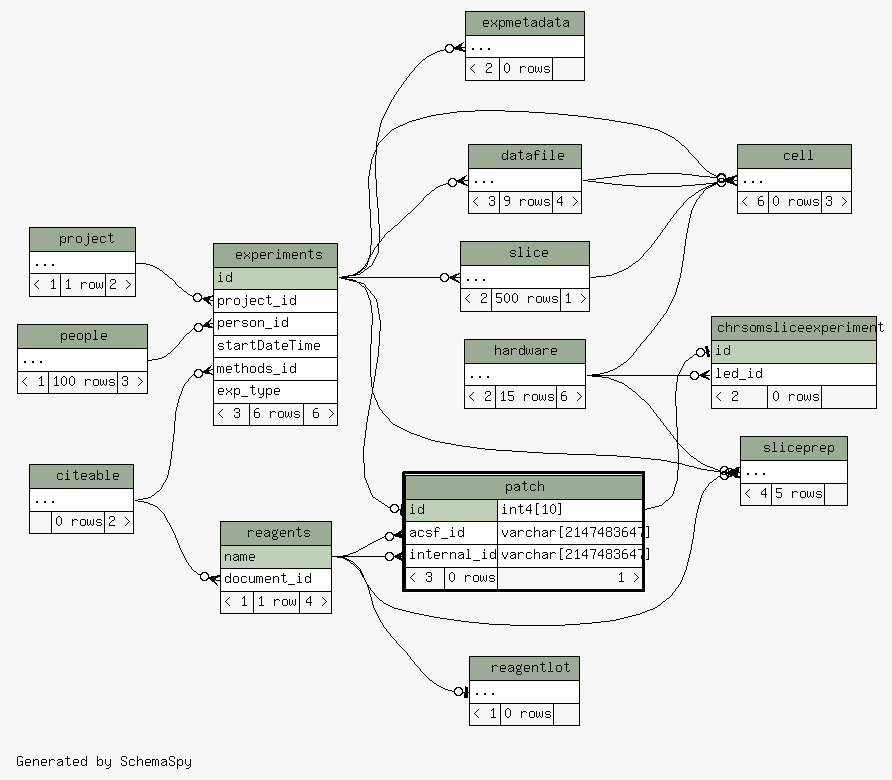
Above: database/ss/diagrams/patch.2degrees.png in tgbugs/mlab (Graphviz), before the change. Its source is kept beside it as database/ss/diagrams/patch.2degrees.dot. Source of this version:
```dot
digraph "twoDegreesRelationshipsDiagram" {
  graph [
    rankdir="RL"
    bgcolor="#f7f7f7"
    label="\nGenerated by SchemaSpy"
    labeljust="l"
    nodesep="0.18"
    ranksep="0.46"
    fontname="Helvetica"
    fontsize="11"
  ];
  node [
    fontname="Helvetica"
    fontsize="11"
    shape="plaintext"
  ];
  edge [
    arrowsize="0.8"
  ];
  "cell":"elipses":w -> "experiments":"id":e [arrowhead=none dir=back arrowtail=crowodot];
  "cell":"elipses":w -> "datafile":"elipses":e [arrowhead=none dir=back arrowtail=crowodot];
  "cell":"elipses":w -> "hardware":"elipses":e [arrowhead=none dir=back arrowtail=crowodot];
  "cell":"elipses":w -> "datafile":"elipses":e [arrowhead=none dir=back arrowtail=crowodot];
  "cell":"elipses":w -> "slice":"elipses":e [arrowhead=none dir=back arrowtail=crowodot];
  "chrsomsliceexperiment":"id":w -> "patch":"id.type":e [arrowhead=none dir=back arrowtail=teeodot];
  "chrsomsliceexperiment":"led_id":w -> "hardware":"elipses":e [arrowhead=none dir=back arrowtail=crowodot];
  "datafile":"elipses":w -> "experiments":"id":e [arrowhead=none dir=back arrowtail=crowodot];
  "experiments":"methods_id":w -> "citeable":"elipses":e [arrowhead=none dir=back arrowtail=crowodot];
  "experiments":"person_id":w -> "people":"elipses":e [arrowhead=none dir=back arrowtail=crowodot];
  "experiments":"project_id":w -> "project":"elipses":e [arrowhead=none dir=back arrowtail=crowodot];
  "expmetadata":"elipses":w -> "experiments":"id":e [arrowhead=none dir=back arrowtail=crowodot];
  "patch":"acsf_id":w -> "reagents":"name":e [arrowhead=none dir=back arrowtail=crowodot];
  "patch":"id":w -> "experiments":"id":e [arrowhead=none dir=back arrowtail=teeodot];
  "patch":"internal_id":w -> "reagents":"name":e [arrowhead=none dir=back arrowtail=crowodot];
  "reagentlot":"elipses":w -> "reagents":"name":e [arrowhead=none dir=back arrowtail=teeodot];
  "reagents":"document_id":w -> "citeable":"elipses":e [arrowhead=none dir=back arrowtail=crowodot];
  "slice":"elipses":w -> "experiments":"id":e [arrowhead=none dir=back arrowtail=crowodot];
  "sliceprep":"elipses":w -> "hardware":"elipses":e [arrowhead=none dir=back arrowtail=crowodot];
  "sliceprep":"elipses":w -> "experiments":"id":e [arrowhead=none dir=back arrowtail=teeodot];
  "sliceprep":"elipses":w -> "reagents":"name":e [arrowhead=none dir=back arrowtail=crowodot];
  "cell" [
    label=<
    <TABLE BORDER="0" CELLBORDER="1" CELLSPACING="0" BGCOLOR="#ffffff">
      <TR><TD COLSPAN="3" BGCOLOR="#9bab96" ALIGN="CENTER">cell</TD></TR>
      <TR><TD PORT="elipses" COLSPAN="3" ALIGN="LEFT">...</TD></TR>
      <TR><TD ALIGN="LEFT" BGCOLOR="#f7f7f7">&lt; 6</TD><TD ALIGN="RIGHT" BGCOLOR="#f7f7f7">0 rows</TD><TD ALIGN="RIGHT" BGCOLOR="#f7f7f7">3 &gt;</TD></TR>
    </TABLE>>
    URL="cell.html"
    tooltip="cell"
  ];
  "chrsomsliceexperiment" [
    label=<
    <TABLE BORDER="0" CELLBORDER="1" CELLSPACING="0" BGCOLOR="#ffffff">
      <TR><TD COLSPAN="3" BGCOLOR="#9bab96" ALIGN="CENTER">chrsomsliceexperiment</TD></TR>
      <TR><TD PORT="id" COLSPAN="3" BGCOLOR="#bed1b8" ALIGN="LEFT">id</TD></TR>
      <TR><TD PORT="led_id" COLSPAN="3" ALIGN="LEFT">led_id</TD></TR>
      <TR><TD ALIGN="LEFT" BGCOLOR="#f7f7f7">&lt; 2</TD><TD ALIGN="RIGHT" BGCOLOR="#f7f7f7">0 rows</TD><TD ALIGN="RIGHT" BGCOLOR="#f7f7f7">  </TD></TR>
    </TABLE>>
    URL="chrsomsliceexperiment.html"
    tooltip="chrsomsliceexperiment"
  ];
  "citeable" [
    label=<
    <TABLE BORDER="0" CELLBORDER="1" CELLSPACING="0" BGCOLOR="#ffffff">
      <TR><TD COLSPAN="3" BGCOLOR="#9bab96" ALIGN="CENTER">citeable</TD></TR>
      <TR><TD PORT="elipses" COLSPAN="3" ALIGN="LEFT">...</TD></TR>
      <TR><TD ALIGN="LEFT" BGCOLOR="#f7f7f7">  </TD><TD ALIGN="RIGHT" BGCOLOR="#f7f7f7">0 rows</TD><TD ALIGN="RIGHT" BGCOLOR="#f7f7f7">2 &gt;</TD></TR>
    </TABLE>>
    URL="citeable.html"
    tooltip="citeable"
  ];
  "datafile" [
    label=<
    <TABLE BORDER="0" CELLBORDER="1" CELLSPACING="0" BGCOLOR="#ffffff">
      <TR><TD COLSPAN="3" BGCOLOR="#9bab96" ALIGN="CENTER">datafile</TD></TR>
      <TR><TD PORT="elipses" COLSPAN="3" ALIGN="LEFT">...</TD></TR>
      <TR><TD ALIGN="LEFT" BGCOLOR="#f7f7f7">&lt; 3</TD><TD ALIGN="RIGHT" BGCOLOR="#f7f7f7">9 rows</TD><TD ALIGN="RIGHT" BGCOLOR="#f7f7f7">4 &gt;</TD></TR>
    </TABLE>>
    URL="datafile.html"
    tooltip="datafile"
  ];
  "experiments" [
    label=<
    <TABLE BORDER="0" CELLBORDER="1" CELLSPACING="0" BGCOLOR="#ffffff">
      <TR><TD COLSPAN="3" BGCOLOR="#9bab96" ALIGN="CENTER">experiments</TD></TR>
      <TR><TD PORT="id" COLSPAN="3" BGCOLOR="#bed1b8" ALIGN="LEFT">id</TD></TR>
      <TR><TD PORT="project_id" COLSPAN="3" ALIGN="LEFT">project_id</TD></TR>
      <TR><TD PORT="person_id" COLSPAN="3" ALIGN="LEFT">person_id</TD></TR>
      <TR><TD PORT="startDateTime" COLSPAN="3" ALIGN="LEFT">startDateTime</TD></TR>
      <TR><TD PORT="methods_id" COLSPAN="3" ALIGN="LEFT">methods_id</TD></TR>
      <TR><TD PORT="exp_type" COLSPAN="3" ALIGN="LEFT">exp_type</TD></TR>
      <TR><TD ALIGN="LEFT" BGCOLOR="#f7f7f7">&lt; 3</TD><TD ALIGN="RIGHT" BGCOLOR="#f7f7f7">6 rows</TD><TD ALIGN="RIGHT" BGCOLOR="#f7f7f7">6 &gt;</TD></TR>
    </TABLE>>
    URL="experiments.html"
    tooltip="experiments"
  ];
  "expmetadata" [
    label=<
    <TABLE BORDER="0" CELLBORDER="1" CELLSPACING="0" BGCOLOR="#ffffff">
      <TR><TD COLSPAN="3" BGCOLOR="#9bab96" ALIGN="CENTER">expmetadata</TD></TR>
      <TR><TD PORT="elipses" COLSPAN="3" ALIGN="LEFT">...</TD></TR>
      <TR><TD ALIGN="LEFT" BGCOLOR="#f7f7f7">&lt; 2</TD><TD ALIGN="RIGHT" BGCOLOR="#f7f7f7">0 rows</TD><TD ALIGN="RIGHT" BGCOLOR="#f7f7f7">  </TD></TR>
    </TABLE>>
    URL="expmetadata.html"
    tooltip="expmetadata"
  ];
  "hardware" [
    label=<
    <TABLE BORDER="0" CELLBORDER="1" CELLSPACING="0" BGCOLOR="#ffffff">
      <TR><TD COLSPAN="3" BGCOLOR="#9bab96" ALIGN="CENTER">hardware</TD></TR>
      <TR><TD PORT="elipses" COLSPAN="3" ALIGN="LEFT">...</TD></TR>
      <TR><TD ALIGN="LEFT" BGCOLOR="#f7f7f7">&lt; 2</TD><TD ALIGN="RIGHT" BGCOLOR="#f7f7f7">15 rows</TD><TD ALIGN="RIGHT" BGCOLOR="#f7f7f7">6 &gt;</TD></TR>
    </TABLE>>
    URL="hardware.html"
    tooltip="hardware"
  ];
  "patch" [
    label=<
    <TABLE BORDER="2" CELLBORDER="1" CELLSPACING="0" BGCOLOR="#ffffff">
      <TR><TD COLSPAN="3" BGCOLOR="#9bab96" ALIGN="CENTER">patch</TD></TR>
      <TR><TD PORT="id" COLSPAN="2" BGCOLOR="#bed1b8" ALIGN="LEFT">id</TD><TD PORT="id.type" ALIGN="LEFT">int4[10]</TD></TR>
      <TR><TD PORT="acsf_id" COLSPAN="2" ALIGN="LEFT">acsf_id</TD><TD PORT="acsf_id.type" ALIGN="LEFT">varchar[2147483647]</TD></TR>
      <TR><TD PORT="internal_id" COLSPAN="2" ALIGN="LEFT">internal_id</TD><TD PORT="internal_id.type" ALIGN="LEFT">varchar[2147483647]</TD></TR>
      <TR><TD ALIGN="LEFT" BGCOLOR="#f7f7f7">&lt; 3</TD><TD ALIGN="RIGHT" BGCOLOR="#f7f7f7">0 rows</TD><TD ALIGN="RIGHT" BGCOLOR="#f7f7f7">1 &gt;</TD></TR>
    </TABLE>>
    URL="patch.html"
    tooltip="patch"
  ];
  "people" [
    label=<
    <TABLE BORDER="0" CELLBORDER="1" CELLSPACING="0" BGCOLOR="#ffffff">
      <TR><TD COLSPAN="3" BGCOLOR="#9bab96" ALIGN="CENTER">people</TD></TR>
      <TR><TD PORT="elipses" COLSPAN="3" ALIGN="LEFT">...</TD></TR>
      <TR><TD ALIGN="LEFT" BGCOLOR="#f7f7f7">&lt; 1</TD><TD ALIGN="RIGHT" BGCOLOR="#f7f7f7">100 rows</TD><TD ALIGN="RIGHT" BGCOLOR="#f7f7f7">3 &gt;</TD></TR>
    </TABLE>>
    URL="people.html"
    tooltip="people"
  ];
  "project" [
    label=<
    <TABLE BORDER="0" CELLBORDER="1" CELLSPACING="0" BGCOLOR="#ffffff">
      <TR><TD COLSPAN="3" BGCOLOR="#9bab96" ALIGN="CENTER">project</TD></TR>
      <TR><TD PORT="elipses" COLSPAN="3" ALIGN="LEFT">...</TD></TR>
      <TR><TD ALIGN="LEFT" BGCOLOR="#f7f7f7">&lt; 1</TD><TD ALIGN="RIGHT" BGCOLOR="#f7f7f7">1 row</TD><TD ALIGN="RIGHT" BGCOLOR="#f7f7f7">2 &gt;</TD></TR>
    </TABLE>>
    URL="project.html"
    tooltip="project"
  ];
  "reagentlot" [
    label=<
    <TABLE BORDER="0" CELLBORDER="1" CELLSPACING="0" BGCOLOR="#ffffff">
      <TR><TD COLSPAN="3" BGCOLOR="#9bab96" ALIGN="CENTER">reagentlot</TD></TR>
      <TR><TD PORT="elipses" COLSPAN="3" ALIGN="LEFT">...</TD></TR>
      <TR><TD ALIGN="LEFT" BGCOLOR="#f7f7f7">&lt; 1</TD><TD ALIGN="RIGHT" BGCOLOR="#f7f7f7">0 rows</TD><TD ALIGN="RIGHT" BGCOLOR="#f7f7f7">  </TD></TR>
    </TABLE>>
    URL="reagentlot.html"
    tooltip="reagentlot"
  ];
  "reagents" [
    label=<
    <TABLE BORDER="0" CELLBORDER="1" CELLSPACING="0" BGCOLOR="#ffffff">
      <TR><TD COLSPAN="3" BGCOLOR="#9bab96" ALIGN="CENTER">reagents</TD></TR>
      <TR><TD PORT="name" COLSPAN="3" BGCOLOR="#bed1b8" ALIGN="LEFT">name</TD></TR>
      <TR><TD PORT="document_id" COLSPAN="3" ALIGN="LEFT">document_id</TD></TR>
      <TR><TD ALIGN="LEFT" BGCOLOR="#f7f7f7">&lt; 1</TD><TD ALIGN="RIGHT" BGCOLOR="#f7f7f7">1 row</TD><TD ALIGN="RIGHT" BGCOLOR="#f7f7f7">4 &gt;</TD></TR>
    </TABLE>>
    URL="reagents.html"
    tooltip="reagents"
  ];
  "slice" [
    label=<
    <TABLE BORDER="0" CELLBORDER="1" CELLSPACING="0" BGCOLOR="#ffffff">
      <TR><TD COLSPAN="3" BGCOLOR="#9bab96" ALIGN="CENTER">slice</TD></TR>
      <TR><TD PORT="elipses" COLSPAN="3" ALIGN="LEFT">...</TD></TR>
      <TR><TD ALIGN="LEFT" BGCOLOR="#f7f7f7">&lt; 2</TD><TD ALIGN="RIGHT" BGCOLOR="#f7f7f7">500 rows</TD><TD ALIGN="RIGHT" BGCOLOR="#f7f7f7">1 &gt;</TD></TR>
    </TABLE>>
    URL="slice.html"
    tooltip="slice"
  ];
  "sliceprep" [
    label=<
    <TABLE BORDER="0" CELLBORDER="1" CELLSPACING="0" BGCOLOR="#ffffff">
      <TR><TD COLSPAN="3" BGCOLOR="#9bab96" ALIGN="CENTER">sliceprep</TD></TR>
      <TR><TD PORT="elipses" COLSPAN="3" ALIGN="LEFT">...</TD></TR>
      <TR><TD ALIGN="LEFT" BGCOLOR="#f7f7f7">&lt; 4</TD><TD ALIGN="RIGHT" BGCOLOR="#f7f7f7">5 rows</TD><TD ALIGN="RIGHT" BGCOLOR="#f7f7f7">  </TD></TR>
    </TABLE>>
    URL="sliceprep.html"
    tooltip="sliceprep"
  ];
}
```
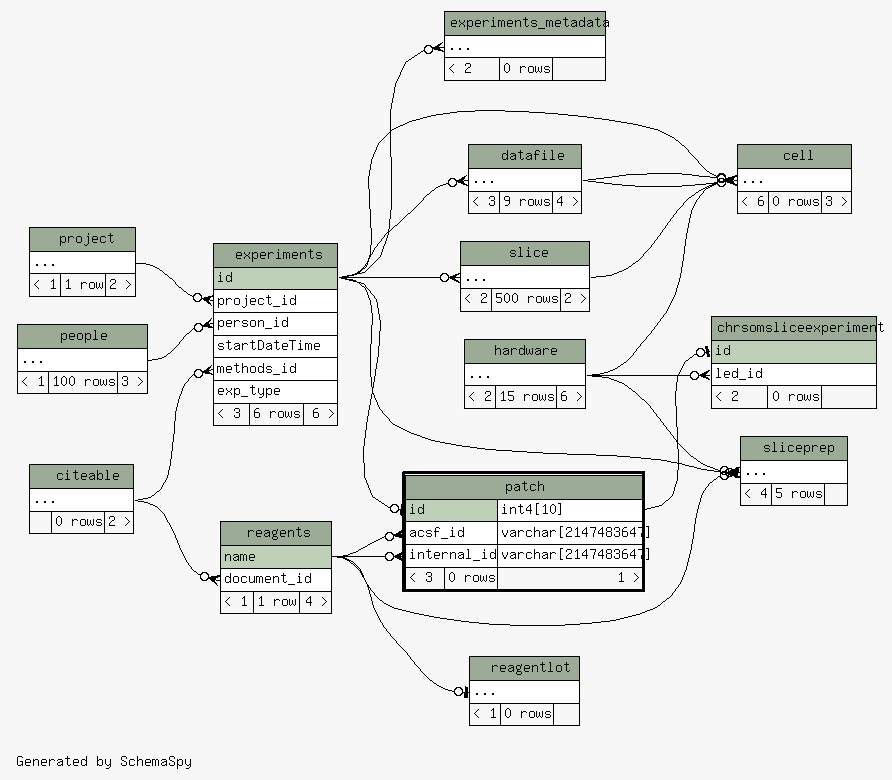
The same diagram one commit later.

What changed in the source:
```diff
@@ -28,7 +28,7 @@
   "experiments":"methods_id":w -> "citeable":"elipses":e [arrowhead=none dir=back arrowtail=crowodot];
   "experiments":"person_id":w -> "people":"elipses":e [arrowhead=none dir=back arrowtail=crowodot];
   "experiments":"project_id":w -> "project":"elipses":e [arrowhead=none dir=back arrowtail=crowodot];
-  "expmetadata":"elipses":w -> "experiments":"id":e [arrowhead=none dir=back arrowtail=crowodot];
+  "experiments_metadata":"elipses":w -> "experiments":"id":e [arrowhead=none dir=back arrowtail=crowodot];
   "patch":"acsf_id":w -> "reagents":"name":e [arrowhead=none dir=back arrowtail=crowodot];
   "patch":"id":w -> "experiments":"id":e [arrowhead=none dir=back arrowtail=teeodot];
   "patch":"internal_id":w -> "reagents":"name":e [arrowhead=none dir=back arrowtail=crowodot];
@@ -94,15 +94,15 @@
     URL="experiments.html"
     tooltip="experiments"
   ];
-  "expmetadata" [
+  "experiments_metadata" [
     label=<
     <TABLE BORDER="0" CELLBORDER="1" CELLSPACING="0" BGCOLOR="#ffffff">
-      <TR><TD COLSPAN="3" BGCOLOR="#9bab96" ALIGN="CENTER">expmetadata</TD></TR>
+      <TR><TD COLSPAN="3" BGCOLOR="#9bab96" ALIGN="CENTER">experiments_metadata</TD></TR>
       <TR><TD PORT="elipses" COLSPAN="3" ALIGN="LEFT">...</TD></TR>
       <TR><TD ALIGN="LEFT" BGCOLOR="#f7f7f7">&lt; 2</TD><TD ALIGN="RIGHT" BGCOLOR="#f7f7f7">0 rows</TD><TD ALIGN="RIGHT" BGCOLOR="#f7f7f7">  </TD></TR>
     </TABLE>>
-    URL="expmetadata.html"
-    tooltip="expmetadata"
+    URL="experiments_metadata.html"
+    tooltip="experiments_metadata"
   ];
   "hardware" [
     label=<
@@ -172,7 +172,7 @@
     <TABLE BORDER="0" CELLBORDER="1" CELLSPACING="0" BGCOLOR="#ffffff">
       <TR><TD COLSPAN="3" BGCOLOR="#9bab96" ALIGN="CENTER">slice</TD></TR>
       <TR><TD PORT="elipses" COLSPAN="3" ALIGN="LEFT">...</TD></TR>
-      <TR><TD ALIGN="LEFT" BGCOLOR="#f7f7f7">&lt; 2</TD><TD ALIGN="RIGHT" BGCOLOR="#f7f7f7">500 rows</TD><TD ALIGN="RIGHT" BGCOLOR="#f7f7f7">1 &gt;</TD></TR>
+      <TR><TD ALIGN="LEFT" BGCOLOR="#f7f7f7">&lt; 2</TD><TD ALIGN="RIGHT" BGCOLOR="#f7f7f7">500 rows</TD><TD ALIGN="RIGHT" BGCOLOR="#f7f7f7">2 &gt;</TD></TR>
     </TABLE>>
     URL="slice.html"
     tooltip="slice"
```
